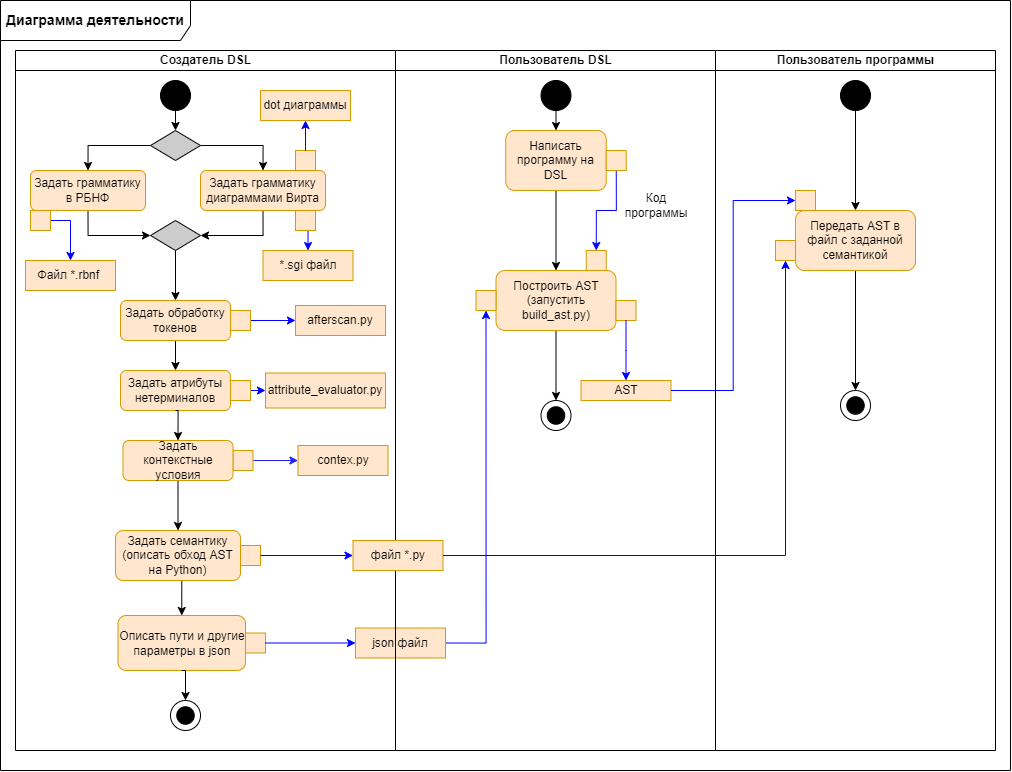
aVorotnikov/dsl_generator keeps this draw.io diagram as _docs/diagrams/activity_diagram.png. Above is the earlier version. Source tidied: cells renumbered, new cells last; positions are measured from the earlier drawing's top-left corner, leaving out a move shared by most shapes.
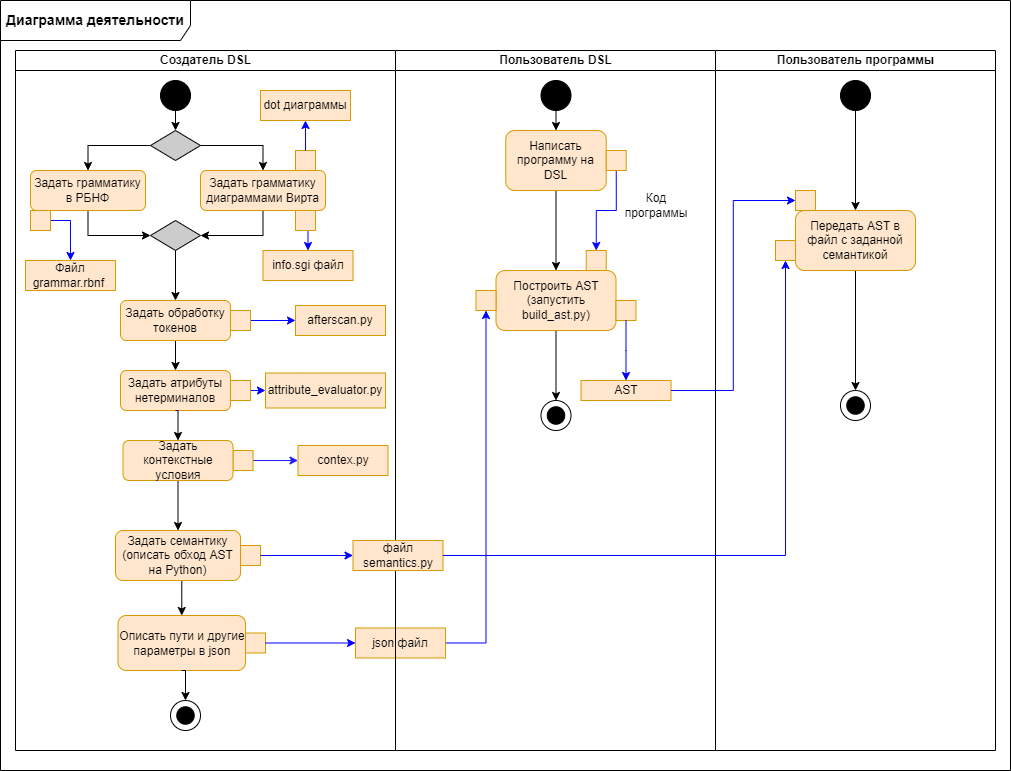
After the commit.

Commit message:
Fix activity diagram

Change to the diagram source:
```diff
@@ -174,7 +174,7 @@
     <mxCell id="57" style="rounded=0;whiteSpace=wrap;html=1;fillColor=#ffe6cc;strokeColor=#d79b00;" parent="31" vertex="1">
       <mxGeometry x="230" y="582.5" width="20" height="20" as="geometry" />
     </mxCell>
-    <mxCell id="58" value="Файл *.rbnf&amp;nbsp;" style="rounded=0;whiteSpace=wrap;html=1;fillColor=#ffe6cc;strokeColor=#d79b00;" parent="31" vertex="1">
+    <mxCell id="58" value="Файл grammar.rbnf&amp;nbsp;" style="rounded=0;whiteSpace=wrap;html=1;fillColor=#ffe6cc;strokeColor=#d79b00;" parent="31" vertex="1">
       <mxGeometry x="10" y="210" width="90" height="30" as="geometry" />
     </mxCell>
     <mxCell id="59" value="dot диаграммы" style="rounded=0;whiteSpace=wrap;html=1;fillColor=#ffe6cc;strokeColor=#d79b00;" parent="31" vertex="1">
@@ -191,7 +191,7 @@
     <mxCell id="62" style="rounded=0;whiteSpace=wrap;html=1;fillColor=#ffe6cc;strokeColor=#d79b00;" parent="31" vertex="1">
       <mxGeometry x="280" y="160" width="20" height="20" as="geometry" />
     </mxCell>
-    <mxCell id="63" value="*.sgi файл" style="rounded=0;whiteSpace=wrap;html=1;fillColor=#ffe6cc;strokeColor=#d79b00;" parent="31" vertex="1">
+    <mxCell id="63" value="info.sgi файл" style="rounded=0;whiteSpace=wrap;html=1;fillColor=#ffe6cc;strokeColor=#d79b00;" parent="31" vertex="1">
       <mxGeometry x="247.5" y="200" width="90" height="30" as="geometry" />
     </mxCell>
     <mxCell id="64" value="afterscan.py" style="rounded=0;whiteSpace=wrap;html=1;fillColor=#ffe6cc;strokeColor=#d79b00;" parent="31" vertex="1">
@@ -200,7 +200,7 @@
     <mxCell id="65" value="attribute_evaluator.py" style="rounded=0;whiteSpace=wrap;html=1;fillColor=#ffe6cc;strokeColor=#d79b00;" parent="31" vertex="1">
       <mxGeometry x="250" y="322.5" width="120" height="35" as="geometry" />
     </mxCell>
-    <mxCell id="66" value="файл *.py" style="rounded=0;whiteSpace=wrap;html=1;fillColor=#ffe6cc;strokeColor=#d79b00;" parent="31" vertex="1">
+    <mxCell id="66" value="файл semantics.py" style="rounded=0;whiteSpace=wrap;html=1;fillColor=#ffe6cc;strokeColor=#d79b00;" parent="31" vertex="1">
       <mxGeometry x="337.5" y="490" width="90" height="30" as="geometry" />
     </mxCell>
     <mxCell id="67" style="edgeStyle=orthogonalEdgeStyle;rounded=0;jettySize=auto;html=1;exitX=1;exitY=0.5;exitDx=0;exitDy=0;entryX=0;entryY=0.5;entryDx=0;entryDy=0;strokeColor=#0000FF;" parent="31" edge="1" source="53" target="66">
```
